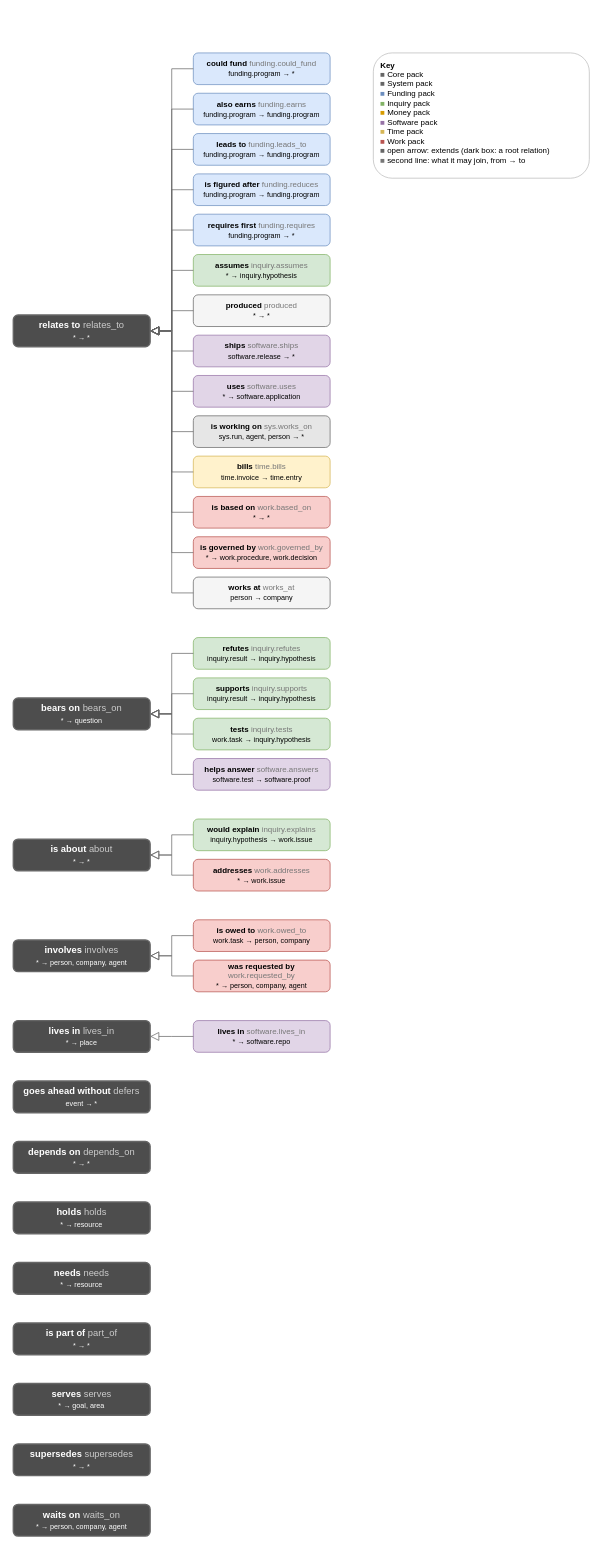
Before: page "Types: relations" (2 of 3) of docs/diagrams/types.drawio in AlexReiner98/archipelago, a draw.io diagram. Source tidied: cells renumbered, new cells numbered last; positions are measured from the earlier drawing's top-left corner, leaving out a move shared by most shapes. Both pictures are drawn from the tidied source at 72%, with x=0, y=0 at pixel (13, 53).
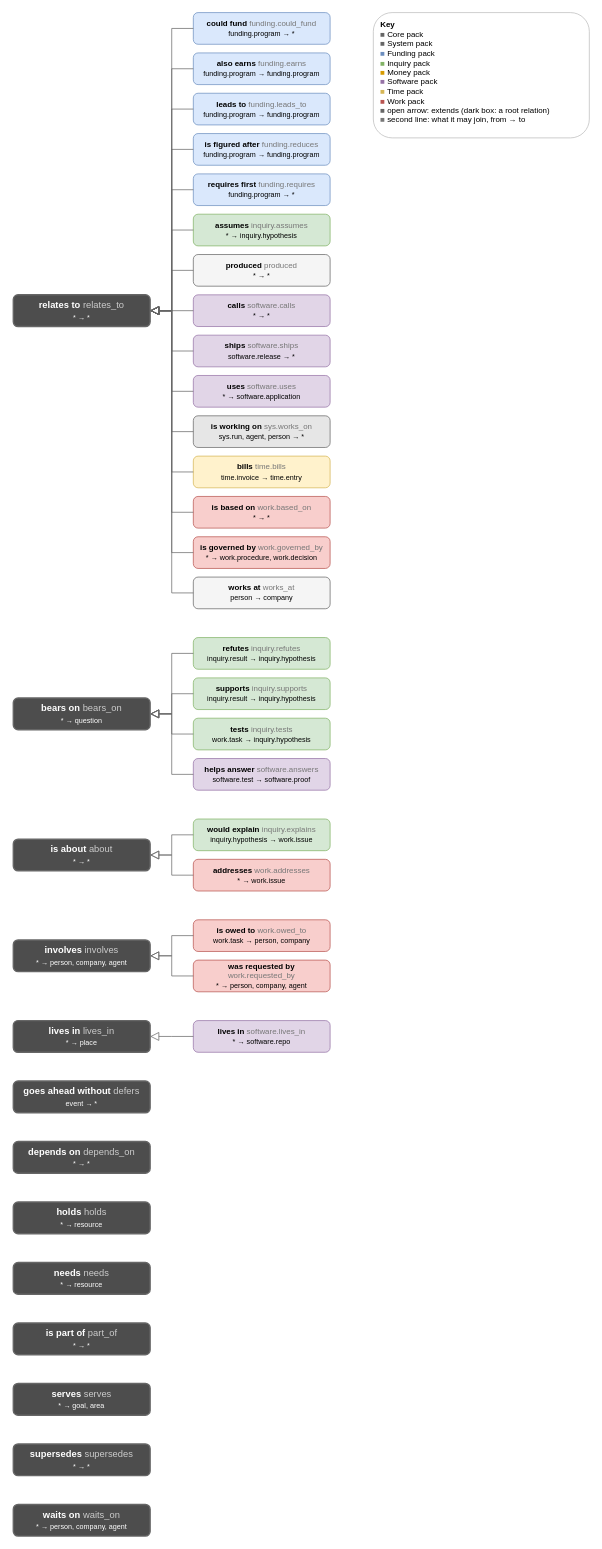
After the change.

Diff of the diagram source:
```diff
@@
     <mxCell id="2" value="&lt;b&gt;could fund&lt;/b&gt; &lt;font color=&quot;#777777&quot;&gt;funding.could_fund&lt;/font&gt;&lt;br&gt;&lt;font style=&quot;font-size:10px&quot;&gt;funding.program → *&lt;/font&gt;" style="rounded=1;html=1;whiteSpace=wrap;fontSize=11;fillColor=#dae8fc;fontColor=#000000;strokeColor=#6c8ebf;strokeWidth=1;" parent="1" vertex="1">
-      <mxGeometry x="250" width="190" height="44" as="geometry" />
+      <mxGeometry x="250" y="-56" width="190" height="44" as="geometry" />
     </mxCell>
     <mxCell id="3" value="&lt;b&gt;also earns&lt;/b&gt; &lt;font color=&quot;#777777&quot;&gt;funding.earns&lt;/font&gt;&lt;br&gt;&lt;font style=&quot;font-size:10px&quot;&gt;funding.program → funding.program&lt;/font&gt;" style="rounded=1;html=1;whiteSpace=wrap;fontSize=11;fillColor=#dae8fc;fontColor=#000000;strokeColor=#6c8ebf;strokeWidth=1;" parent="1" vertex="1">
-      <mxGeometry x="250" y="56" width="190" height="44" as="geometry" />
+      <mxGeometry x="250" width="190" height="44" as="geometry" />
     </mxCell>
     <mxCell id="4" value="&lt;b&gt;leads to&lt;/b&gt; &lt;font color=&quot;#777777&quot;&gt;funding.leads_to&lt;/font&gt;&lt;br&gt;&lt;font style=&quot;font-size:10px&quot;&gt;funding.program → funding.program&lt;/font&gt;" style="rounded=1;html=1;whiteSpace=wrap;fontSize=11;fillColor=#dae8fc;fontColor=#000000;strokeColor=#6c8ebf;strokeWidth=1;" parent="1" vertex="1">
-      <mxGeometry x="250" y="112" width="190" height="44" as="geometry" />
+      <mxGeometry x="250" y="56" width="190" height="44" as="geometry" />
     </mxCell>
     <mxCell id="5" value="&lt;b&gt;is figured after&lt;/b&gt; &lt;font color=&quot;#777777&quot;&gt;funding.reduces&lt;/font&gt;&lt;br&gt;&lt;font style=&quot;font-size:10px&quot;&gt;funding.program → funding.program&lt;/font&gt;" style="rounded=1;html=1;whiteSpace=wrap;fontSize=11;fillColor=#dae8fc;fontColor=#000000;strokeColor=#6c8ebf;strokeWidth=1;" parent="1" vertex="1">
-      <mxGeometry x="250" y="168" width="190" height="44" as="geometry" />
+      <mxGeometry x="250" y="112" width="190" height="44" as="geometry" />
     </mxCell>
     <mxCell id="6" value="&lt;b&gt;requires first&lt;/b&gt; &lt;font color=&quot;#777777&quot;&gt;funding.requires&lt;/font&gt;&lt;br&gt;&lt;font style=&quot;font-size:10px&quot;&gt;funding.program → *&lt;/font&gt;" style="rounded=1;html=1;whiteSpace=wrap;fontSize=11;fillColor=#dae8fc;fontColor=#000000;strokeColor=#6c8ebf;strokeWidth=1;" parent="1" vertex="1">
-      <mxGeometry x="250" y="224" width="190" height="44" as="geometry" />
+      <mxGeometry x="250" y="168" width="190" height="44" as="geometry" />
     </mxCell>
     <mxCell id="7" value="&lt;b&gt;assumes&lt;/b&gt; &lt;font color=&quot;#777777&quot;&gt;inquiry.assumes&lt;/font&gt;&lt;br&gt;&lt;font style=&quot;font-size:10px&quot;&gt;* → inquiry.hypothesis&lt;/font&gt;" style="rounded=1;html=1;whiteSpace=wrap;fontSize=11;fillColor=#d5e8d4;fontColor=#000000;strokeColor=#82b366;strokeWidth=1;" parent="1" vertex="1">
-      <mxGeometry x="250" y="280" width="190" height="44" as="geometry" />
+      <mxGeometry x="250" y="224" width="190" height="44" as="geometry" />
     </mxCell>
     <mxCell id="8" value="&lt;b&gt;produced&lt;/b&gt; &lt;font color=&quot;#777777&quot;&gt;produced&lt;/font&gt;&lt;br&gt;&lt;font style=&quot;font-size:10px&quot;&gt;* → *&lt;/font&gt;" style="rounded=1;html=1;whiteSpace=wrap;fontSize=11;fillColor=#f5f5f5;fontColor=#000000;strokeColor=#666666;strokeWidth=1;" parent="1" vertex="1">
-      <mxGeometry x="250" y="336" width="190" height="44" as="geometry" />
+      <mxGeometry x="250" y="280" width="190" height="44" as="geometry" />
     </mxCell>
+    <mxCell id="62" value="&lt;b&gt;calls&lt;/b&gt; &lt;font color=&quot;#777777&quot;&gt;software.calls&lt;/font&gt;&lt;br&gt;&lt;font style=&quot;font-size:10px&quot;&gt;* → *&lt;/font&gt;" style="rounded=1;html=1;whiteSpace=wrap;fontSize=11;fillColor=#e1d5e7;fontColor=#000000;strokeColor=#9673a6;strokeWidth=1;" parent="1" vertex="1">
+      <mxGeometry x="250" y="336" width="190" height="44" as="geometry" />
+    </mxCell>
@@
     <mxCell id="16" value="&lt;b&gt;relates to&lt;/b&gt; &lt;font color=&quot;#cccccc&quot;&gt;relates_to&lt;/font&gt;&lt;br&gt;&lt;font style=&quot;font-size:10px&quot;&gt;* → *&lt;/font&gt;" style="rounded=1;html=1;whiteSpace=wrap;fontSize=13;fillColor=#4d4d4d;fontColor=#ffffff;strokeColor=#666666;strokeWidth=2;" parent="1" vertex="1">
-      <mxGeometry y="364" width="190" height="44" as="geometry" />
+      <mxGeometry y="336" width="190" height="44" as="geometry" />
     </mxCell>
@@
     <mxCell id="38" value="&lt;b&gt;Key&lt;/b&gt;&lt;br&gt;&lt;font color=&quot;#666666&quot;&gt;■&lt;/font&gt; Core pack&lt;br&gt;&lt;font color=&quot;#666666&quot;&gt;■&lt;/font&gt; System pack&lt;br&gt;&lt;font color=&quot;#6c8ebf&quot;&gt;■&lt;/font&gt; Funding pack&lt;br&gt;&lt;font color=&quot;#82b366&quot;&gt;■&lt;/font&gt; Inquiry pack&lt;br&gt;&lt;font color=&quot;#d79b00&quot;&gt;■&lt;/font&gt; Money pack&lt;br&gt;&lt;font color=&quot;#9673a6&quot;&gt;■&lt;/font&gt; Software pack&lt;br&gt;&lt;font color=&quot;#d6b656&quot;&gt;■&lt;/font&gt; Time pack&lt;br&gt;&lt;font color=&quot;#b85450&quot;&gt;■&lt;/font&gt; Work pack&lt;br&gt;&lt;font color=&quot;#666666&quot;&gt;■&lt;/font&gt; open arrow: extends (dark box: a root relation)&lt;br&gt;&lt;font color=&quot;#777777&quot;&gt;■&lt;/font&gt; second line: what it may join, from → to" style="rounded=1;html=1;whiteSpace=wrap;align=left;verticalAlign=top;spacingLeft=8;spacingTop=4;fillColor=#ffffff;strokeColor=#bbbbbb;fontSize=11;" parent="1" vertex="1">
-      <mxGeometry x="500" width="300" height="174" as="geometry" />
+      <mxGeometry x="500" y="-56" width="300" height="174" as="geometry" />
     </mxCell>
@@
+    <mxCell id="63" style="edgeStyle=elbowEdgeStyle;elbow=horizontal;rounded=0;html=1;endArrow=block;endFill=0;endSize=10;strokeColor=#666666;" parent="1" edge="1" source="62" target="16">
+      <mxGeometry relative="1" as="geometry" />
+    </mxCell>
```
